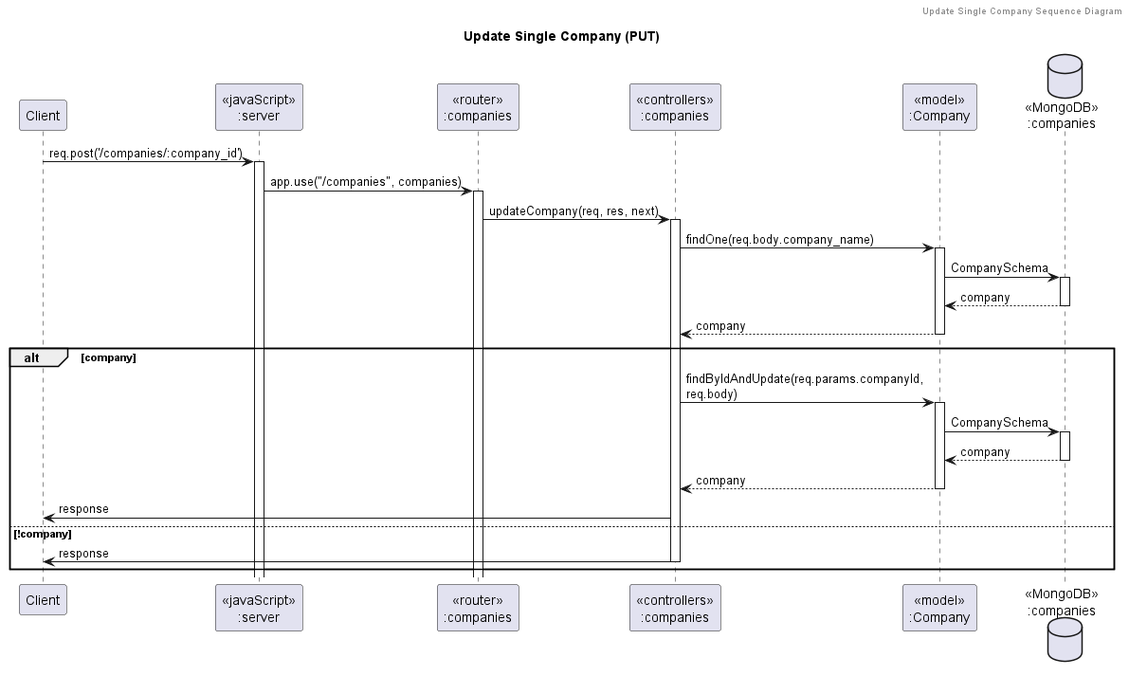
Before: out/diagrams/sequence_diagram/company/update_single_company/Update Single Company (PUT).png, a diagram exported from PlantUML (its144prelationship-study/swdevprac-project).
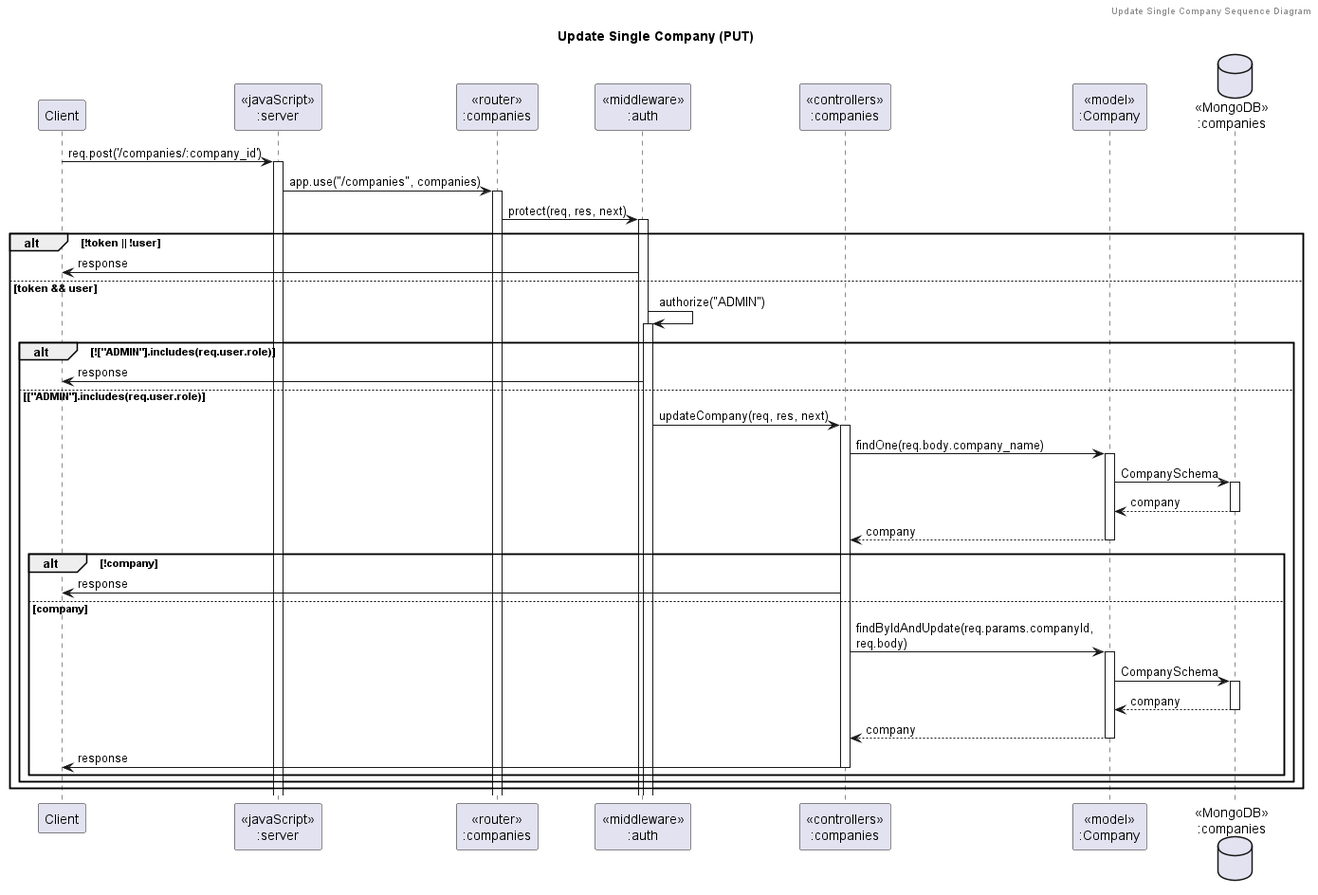
The same diagram one commit later.

Diff of the diagram source:
```diff
@@ -6,25 +6,36 @@
 participant "Client" as client
 participant "<<javaScript>>\n:server" as server
 participant "<<router>>\n:companies" as routerCompanies
+participant "<<middleware>>\n:auth" as authMiddleware
 participant "<<controllers>>\n:companies" as controllersCompanies
 participant "<<model>>\n:Company" as modelCompanies
 database "<<MongoDB>>\n:companies" as CompaniesDatabase
 
 client -> server ++:req.post('/companies/:company_id')
 server -> routerCompanies ++:app.use("/companies", companies)
-routerCompanies -> controllersCompanies ++:updateCompany(req, res, next)
-controllersCompanies -> modelCompanies ++:findOne(req.body.company_name)
-modelCompanies -> CompaniesDatabase ++: CompanySchema
-CompaniesDatabase --> modelCompanies --: company
-controllersCompanies <-- modelCompanies --: company
-alt company
-    controllersCompanies -> modelCompanies ++:findByIdAndUpdate(req.params.companyId,\nreq.body)
-    modelCompanies -> CompaniesDatabase ++: CompanySchema
-    CompaniesDatabase --> modelCompanies --: company
-    controllersCompanies <-- modelCompanies --: company
-    controllersCompanies -> client : response
-else !company
-    controllersCompanies -> client --: response
+routerCompanies -> authMiddleware ++:protect(req, res, next)
+alt !token || !user
+    authMiddleware -> client :response
+else token && user
+    authMiddleware -> authMiddleware ++:authorize("ADMIN")
+    alt !["ADMIN"].includes(req.user.role)
+        authMiddleware -> client :response
+    else ["ADMIN"].includes(req.user.role)
+        authMiddleware -> controllersCompanies ++:updateCompany(req, res, next)
+        controllersCompanies -> modelCompanies ++:findOne(req.body.company_name)
+        modelCompanies -> CompaniesDatabase ++: CompanySchema
+        CompaniesDatabase --> modelCompanies --: company
+        controllersCompanies <-- modelCompanies --: company
+        alt !company
+            controllersCompanies -> client : response
+        else company
+            controllersCompanies -> modelCompanies ++:findByIdAndUpdate(req.params.companyId,\nreq.body)
+            modelCompanies -> CompaniesDatabase ++: CompanySchema
+            CompaniesDatabase --> modelCompanies --: company
+            controllersCompanies <-- modelCompanies --: company
+            controllersCompanies -> client --: response
+        end
+    end
 end
 
 @enduml
```
